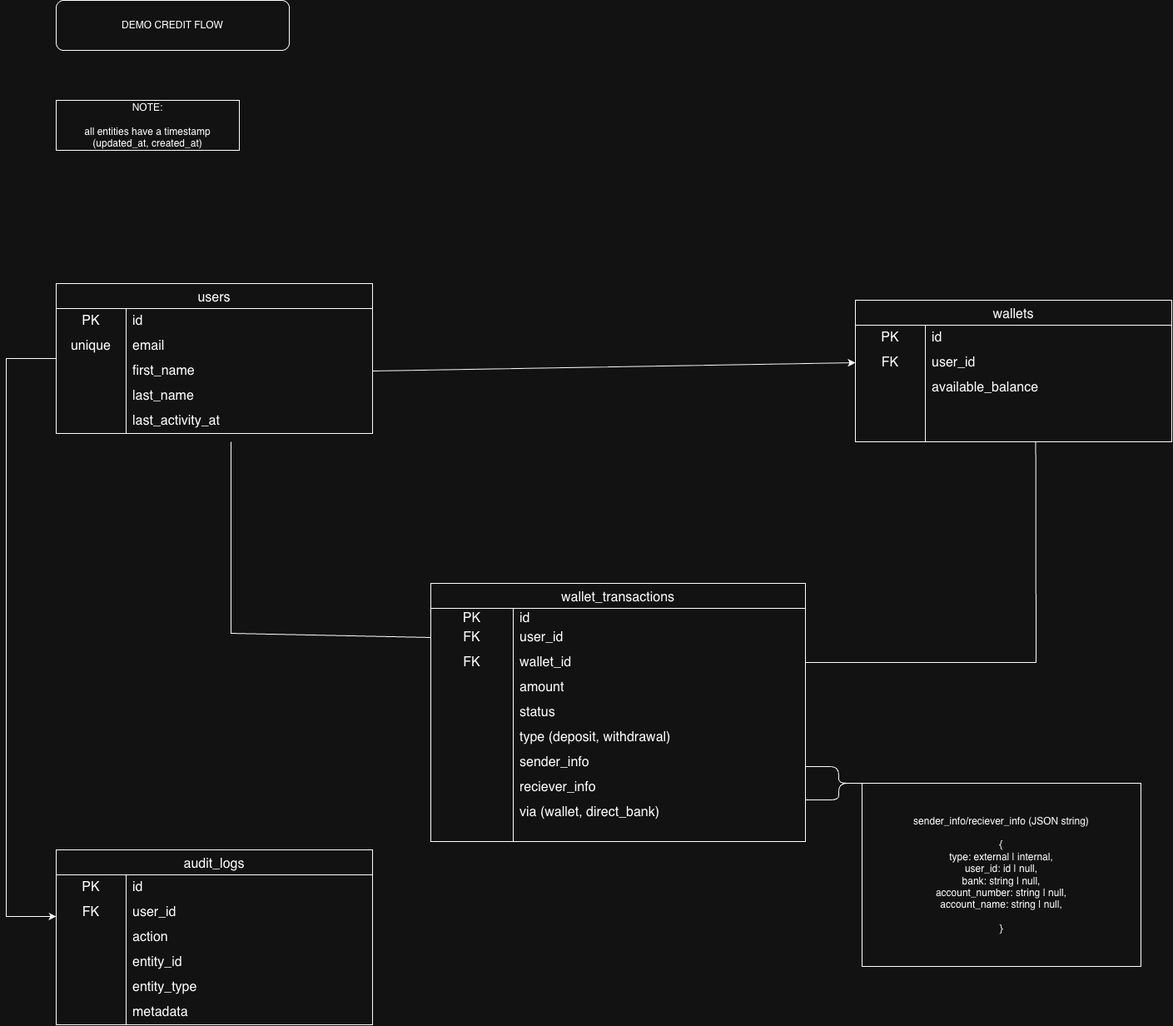
Earlier version of the draw.io export DemoCredit.drawio.png (seyicoded/lendsqr-demo-credit-backend). Source tidied: cells renumbered, new cells last; positions are measured from the earlier drawing's top-left corner, leaving out a move shared by most shapes.
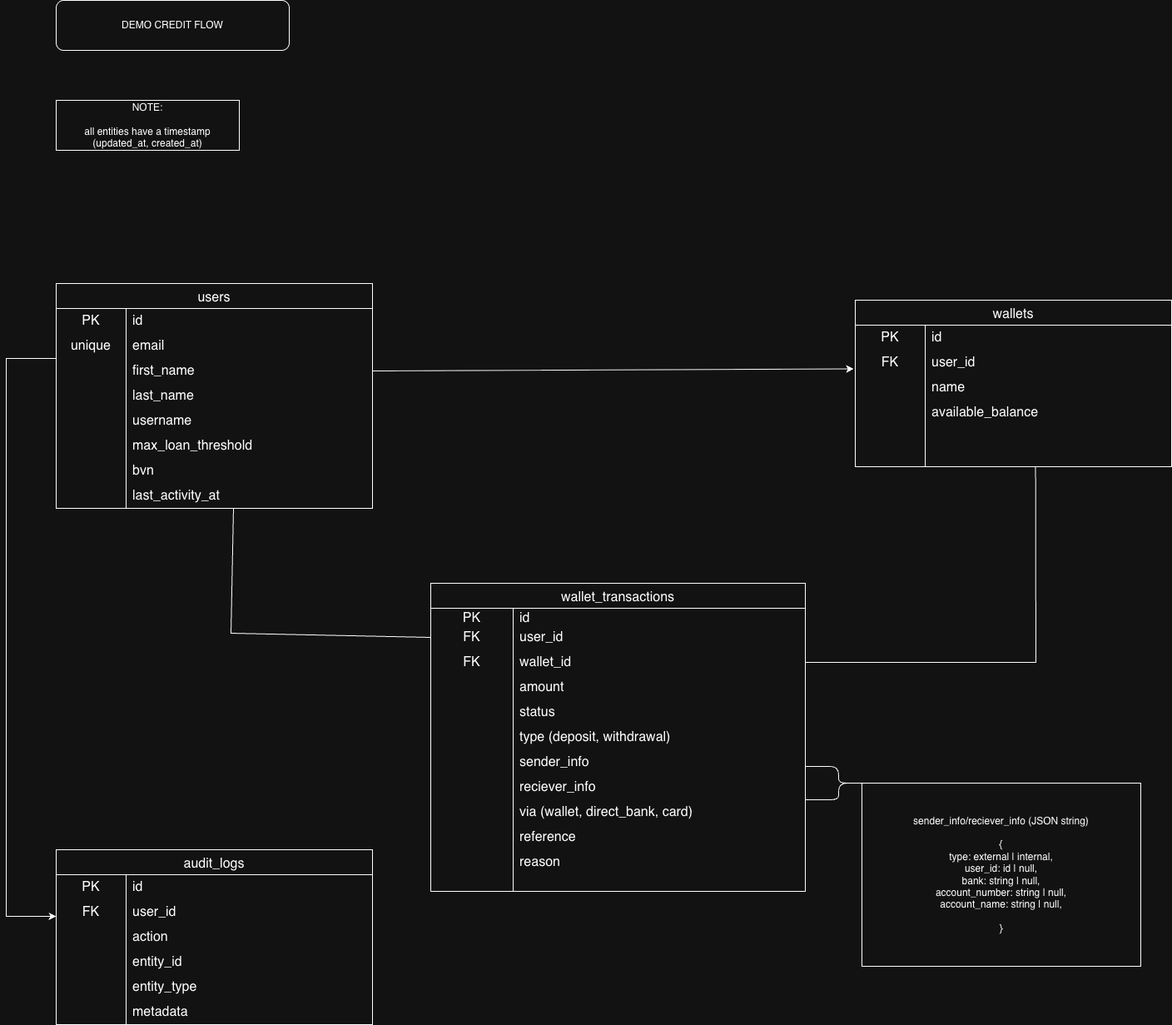
Later version of the same file.

Diff of the diagram source:
```diff
@@ -11,7 +11,7 @@
       </mxGeometry>
     </mxCell>
     <mxCell id="3" value="users" style="shape=table;startSize=30;rowLines=0;fontStyle=0;strokeColor=default;fontSize=16;" parent="1" vertex="1">
-      <mxGeometry x="60" y="340" width="380" height="180" as="geometry" />
+      <mxGeometry x="60" y="340" width="380" height="270" as="geometry" />
     </mxCell>
     <mxCell id="4" style="shape=tableRow;horizontal=0;startSize=0;swimlaneHead=0;swimlaneBody=0;top=0;left=0;bottom=0;right=0;fillColor=none;strokeColor=inherit;fontSize=16;" parent="3" vertex="1">
       <mxGeometry y="30" width="380" height="30" as="geometry" />
@@ -55,9 +55,36 @@
     <mxCell id="17" style="shape=partialRectangle;html=1;whiteSpace=wrap;fillColor=none;top=0;left=0;bottom=0;right=0;overflow=hidden;strokeColor=inherit;fontSize=16;" parent="16" vertex="1">
       <mxGeometry width="84" height="30" as="geometry" />
     </mxCell>
-    <mxCell id="18" value="last_activity_at" style="shape=partialRectangle;html=1;whiteSpace=wrap;fillColor=none;top=0;left=0;bottom=0;right=0;align=left;spacingLeft=6;overflow=hidden;strokeColor=inherit;fontSize=16;" parent="16" vertex="1">
+    <mxCell id="18" value="username" style="shape=partialRectangle;html=1;whiteSpace=wrap;fillColor=none;top=0;left=0;bottom=0;right=0;align=left;spacingLeft=6;overflow=hidden;strokeColor=inherit;fontSize=16;" parent="16" vertex="1">
       <mxGeometry x="84" width="296" height="30" as="geometry" />
     </mxCell>
+    <mxCell id="92" style="shape=tableRow;horizontal=0;startSize=0;swimlaneHead=0;swimlaneBody=0;top=0;left=0;bottom=0;right=0;fillColor=none;strokeColor=inherit;fontSize=16;" parent="3" vertex="1">
+      <mxGeometry y="180" width="380" height="30" as="geometry" />
+    </mxCell>
+    <mxCell id="93" style="shape=partialRectangle;html=1;whiteSpace=wrap;fillColor=none;top=0;left=0;bottom=0;right=0;overflow=hidden;strokeColor=inherit;fontSize=16;" parent="92" vertex="1">
+      <mxGeometry width="84" height="30" as="geometry" />
+    </mxCell>
+    <mxCell id="94" value="max_loan_threshold" style="shape=partialRectangle;html=1;whiteSpace=wrap;fillColor=none;top=0;left=0;bottom=0;right=0;align=left;spacingLeft=6;overflow=hidden;strokeColor=inherit;fontSize=16;" parent="92" vertex="1">
+      <mxGeometry x="84" width="296" height="30" as="geometry" />
+    </mxCell>
+    <mxCell id="95" style="shape=tableRow;horizontal=0;startSize=0;swimlaneHead=0;swimlaneBody=0;top=0;left=0;bottom=0;right=0;fillColor=none;strokeColor=inherit;fontSize=16;" parent="3" vertex="1">
+      <mxGeometry y="210" width="380" height="30" as="geometry" />
+    </mxCell>
+    <mxCell id="96" style="shape=partialRectangle;html=1;whiteSpace=wrap;fillColor=none;top=0;left=0;bottom=0;right=0;overflow=hidden;strokeColor=inherit;fontSize=16;" parent="95" vertex="1">
+      <mxGeometry width="84" height="30" as="geometry" />
+    </mxCell>
+    <mxCell id="97" value="bvn" style="shape=partialRectangle;html=1;whiteSpace=wrap;fillColor=none;top=0;left=0;bottom=0;right=0;align=left;spacingLeft=6;overflow=hidden;strokeColor=inherit;fontSize=16;" parent="95" vertex="1">
+      <mxGeometry x="84" width="296" height="30" as="geometry" />
+    </mxCell>
+    <mxCell id="98" style="shape=tableRow;horizontal=0;startSize=0;swimlaneHead=0;swimlaneBody=0;top=0;left=0;bottom=0;right=0;fillColor=none;strokeColor=inherit;fontSize=16;" parent="3" vertex="1">
+      <mxGeometry y="240" width="380" height="30" as="geometry" />
+    </mxCell>
+    <mxCell id="99" style="shape=partialRectangle;html=1;whiteSpace=wrap;fillColor=none;top=0;left=0;bottom=0;right=0;overflow=hidden;strokeColor=inherit;fontSize=16;" parent="98" vertex="1">
+      <mxGeometry width="84" height="30" as="geometry" />
+    </mxCell>
+    <mxCell id="100" value="last_activity_at" style="shape=partialRectangle;html=1;whiteSpace=wrap;fillColor=none;top=0;left=0;bottom=0;right=0;align=left;spacingLeft=6;overflow=hidden;strokeColor=inherit;fontSize=16;" parent="98" vertex="1">
+      <mxGeometry x="84" width="296" height="30" as="geometry" />
+    </mxCell>
     <mxCell id="19" value="DEMO CREDIT FLOW" style="rounded=1;whiteSpace=wrap;html=1;" parent="1" vertex="1">
       <mxGeometry x="60" width="280" height="60" as="geometry" />
     </mxCell>
@@ -119,7 +146,7 @@
       <mxGeometry x="84" width="296" height="30" as="geometry" />
     </mxCell>
     <mxCell id="39" value="wallets" style="shape=table;startSize=30;rowLines=0;fontStyle=0;strokeColor=default;fontSize=16;" parent="1" vertex="1">
-      <mxGeometry x="1020" y="360" width="380" height="170" as="geometry" />
+      <mxGeometry x="1020" y="360" width="380" height="200" as="geometry" />
     </mxCell>
     <mxCell id="40" style="shape=tableRow;horizontal=0;startSize=0;swimlaneHead=0;swimlaneBody=0;top=0;left=0;bottom=0;right=0;fillColor=none;strokeColor=inherit;fontSize=16;" parent="39" vertex="1">
       <mxGeometry y="30" width="380" height="30" as="geometry" />
@@ -139,8 +166,17 @@
     <mxCell id="45" value="user_id" style="shape=partialRectangle;html=1;whiteSpace=wrap;fillColor=none;top=0;left=0;bottom=0;right=0;align=left;spacingLeft=6;overflow=hidden;strokeColor=inherit;fontSize=16;" parent="43" vertex="1">
       <mxGeometry x="84" width="296" height="30" as="geometry" />
     </mxCell>
+    <mxCell id="101" style="shape=tableRow;horizontal=0;startSize=0;swimlaneHead=0;swimlaneBody=0;top=0;left=0;bottom=0;right=0;fillColor=none;strokeColor=inherit;fontSize=16;" parent="39" vertex="1">
+      <mxGeometry y="90" width="380" height="30" as="geometry" />
+    </mxCell>
+    <mxCell id="102" style="shape=partialRectangle;html=1;whiteSpace=wrap;fillColor=none;top=0;left=0;bottom=0;right=0;overflow=hidden;strokeColor=inherit;fontSize=16;" parent="101" vertex="1">
+      <mxGeometry width="84" height="30" as="geometry" />
+    </mxCell>
+    <mxCell id="103" value="name" style="shape=partialRectangle;html=1;whiteSpace=wrap;fillColor=none;top=0;left=0;bottom=0;right=0;align=left;spacingLeft=6;overflow=hidden;strokeColor=inherit;fontSize=16;" parent="101" vertex="1">
+      <mxGeometry x="84" width="296" height="30" as="geometry" />
+    </mxCell>
     <mxCell id="46" style="shape=tableRow;horizontal=0;startSize=0;swimlaneHead=0;swimlaneBody=0;top=0;left=0;bottom=0;right=0;fillColor=none;strokeColor=inherit;fontSize=16;" parent="39" vertex="1">
-      <mxGeometry y="90" width="380" height="30" as="geometry" />
+      <mxGeometry y="120" width="380" height="30" as="geometry" />
     </mxCell>
     <mxCell id="47" style="shape=partialRectangle;html=1;whiteSpace=wrap;fillColor=none;top=0;left=0;bottom=0;right=0;overflow=hidden;strokeColor=inherit;fontSize=16;" parent="46" vertex="1">
       <mxGeometry width="84" height="30" as="geometry" />
@@ -149,7 +185,7 @@
       <mxGeometry x="84" width="296" height="30" as="geometry" />
     </mxCell>
     <mxCell id="49" style="shape=tableRow;horizontal=0;startSize=0;swimlaneHead=0;swimlaneBody=0;top=0;left=0;bottom=0;right=0;fillColor=none;strokeColor=inherit;fontSize=16;" parent="39" vertex="1">
-      <mxGeometry y="120" width="380" height="30" as="geometry" />
+      <mxGeometry y="150" width="380" height="30" as="geometry" />
     </mxCell>
     <mxCell id="50" style="shape=partialRectangle;html=1;whiteSpace=wrap;fillColor=none;top=0;left=0;bottom=0;right=0;overflow=hidden;strokeColor=inherit;fontSize=16;" parent="49" vertex="1">
       <mxGeometry width="84" height="30" as="geometry" />
@@ -158,7 +194,7 @@
       <mxGeometry x="84" width="296" height="30" as="geometry" />
     </mxCell>
     <mxCell id="52" style="shape=tableRow;horizontal=0;startSize=0;swimlaneHead=0;swimlaneBody=0;top=0;left=0;bottom=0;right=0;fillColor=none;points=[[0,0.5],[1,0.5]];portConstraint=eastwest;strokeColor=inherit;fontSize=16;" parent="39" vertex="1">
-      <mxGeometry y="150" width="380" height="20" as="geometry" />
+      <mxGeometry y="180" width="380" height="20" as="geometry" />
     </mxCell>
     <mxCell id="53" style="shape=partialRectangle;html=1;whiteSpace=wrap;fillColor=none;top=0;left=0;bottom=0;right=0;overflow=hidden;strokeColor=inherit;fontSize=16;" parent="52" vertex="1">
       <mxGeometry width="84" height="20" as="geometry" />
@@ -169,11 +205,11 @@
     <mxCell id="55" value="NOTE:&lt;br&gt;&lt;br&gt;all entities have a timestamp (updated_at, created_at)" style="rounded=0;whiteSpace=wrap;html=1;" parent="1" vertex="1">
       <mxGeometry x="60" y="120" width="220" height="60" as="geometry" />
     </mxCell>
-    <mxCell id="56" style="endArrow=classic;html=1;rounded=0;exitX=1;exitY=0.5;exitDx=0;exitDy=0;entryX=0;entryY=0.5;entryDx=0;entryDy=0;" parent="1" edge="1" source="10" target="43">
+    <mxCell id="56" style="endArrow=classic;html=1;rounded=0;exitX=1;exitY=0.5;exitDx=0;exitDy=0;entryX=-0.005;entryY=0.75;entryDx=0;entryDy=0;entryPerimeter=0;" parent="1" edge="1" source="10" target="43">
       <mxGeometry relative="1" as="geometry" />
     </mxCell>
     <mxCell id="57" value="wallet_transactions" style="shape=table;startSize=30;rowLines=0;fontStyle=0;strokeColor=default;fontSize=16;" parent="1" vertex="1">
-      <mxGeometry x="510" y="700" width="450" height="310" as="geometry" />
+      <mxGeometry x="510" y="700" width="450" height="370" as="geometry" />
     </mxCell>
     <mxCell id="58" style="shape=tableRow;horizontal=0;startSize=0;swimlaneHead=0;swimlaneBody=0;top=0;left=0;bottom=0;right=0;fillColor=none;strokeColor=inherit;fontSize=16;" parent="57" vertex="1">
       <mxGeometry y="30" width="450" height="20" as="geometry" />
@@ -247,17 +283,35 @@
     <mxCell id="81" value="reciever_info" style="shape=partialRectangle;html=1;whiteSpace=wrap;fillColor=none;top=0;left=0;bottom=0;right=0;align=left;spacingLeft=6;overflow=hidden;strokeColor=inherit;fontSize=16;" parent="79" vertex="1">
       <mxGeometry x="99" width="351" height="30" as="geometry" />
     </mxCell>
+    <mxCell id="104" style="shape=tableRow;horizontal=0;startSize=0;swimlaneHead=0;swimlaneBody=0;top=0;left=0;bottom=0;right=0;fillColor=none;strokeColor=inherit;fontSize=16;" parent="57" vertex="1">
+      <mxGeometry y="260" width="450" height="30" as="geometry" />
+    </mxCell>
+    <mxCell id="105" style="shape=partialRectangle;html=1;whiteSpace=wrap;fillColor=none;top=0;left=0;bottom=0;right=0;overflow=hidden;strokeColor=inherit;fontSize=16;" parent="104" vertex="1">
+      <mxGeometry width="99" height="30" as="geometry" />
+    </mxCell>
+    <mxCell id="106" value="via (wallet, direct_bank, card)" style="shape=partialRectangle;html=1;whiteSpace=wrap;fillColor=none;top=0;left=0;bottom=0;right=0;align=left;spacingLeft=6;overflow=hidden;strokeColor=inherit;fontSize=16;" parent="104" vertex="1">
+      <mxGeometry x="99" width="351" height="30" as="geometry" />
+    </mxCell>
+    <mxCell id="107" style="shape=tableRow;horizontal=0;startSize=0;swimlaneHead=0;swimlaneBody=0;top=0;left=0;bottom=0;right=0;fillColor=none;strokeColor=inherit;fontSize=16;" parent="57" vertex="1">
+      <mxGeometry y="290" width="450" height="30" as="geometry" />
+    </mxCell>
+    <mxCell id="108" style="shape=partialRectangle;html=1;whiteSpace=wrap;fillColor=none;top=0;left=0;bottom=0;right=0;overflow=hidden;strokeColor=inherit;fontSize=16;" parent="107" vertex="1">
+      <mxGeometry width="99" height="30" as="geometry" />
+    </mxCell>
+    <mxCell id="109" value="reference" style="shape=partialRectangle;html=1;whiteSpace=wrap;fillColor=none;top=0;left=0;bottom=0;right=0;align=left;spacingLeft=6;overflow=hidden;strokeColor=inherit;fontSize=16;" parent="107" vertex="1">
+      <mxGeometry x="99" width="351" height="30" as="geometry" />
+    </mxCell>
     <mxCell id="82" style="shape=tableRow;horizontal=0;startSize=0;swimlaneHead=0;swimlaneBody=0;top=0;left=0;bottom=0;right=0;fillColor=none;strokeColor=inherit;fontSize=16;" parent="57" vertex="1">
-      <mxGeometry y="260" width="450" height="30" as="geometry" />
+      <mxGeometry y="320" width="450" height="30" as="geometry" />
     </mxCell>
     <mxCell id="83" style="shape=partialRectangle;html=1;whiteSpace=wrap;fillColor=none;top=0;left=0;bottom=0;right=0;overflow=hidden;strokeColor=inherit;fontSize=16;" parent="82" vertex="1">
       <mxGeometry width="99" height="30" as="geometry" />
     </mxCell>
-    <mxCell id="84" value="via (wallet, direct_bank)" style="shape=partialRectangle;html=1;whiteSpace=wrap;fillColor=none;top=0;left=0;bottom=0;right=0;align=left;spacingLeft=6;overflow=hidden;strokeColor=inherit;fontSize=16;" parent="82" vertex="1">
+    <mxCell id="84" value="reason" style="shape=partialRectangle;html=1;whiteSpace=wrap;fillColor=none;top=0;left=0;bottom=0;right=0;align=left;spacingLeft=6;overflow=hidden;strokeColor=inherit;fontSize=16;" parent="82" vertex="1">
       <mxGeometry x="99" width="351" height="30" as="geometry" />
     </mxCell>
     <mxCell id="85" style="shape=tableRow;horizontal=0;startSize=0;swimlaneHead=0;swimlaneBody=0;top=0;left=0;bottom=0;right=0;fillColor=none;strokeColor=inherit;fontSize=16;" parent="57" vertex="1">
-      <mxGeometry y="290" width="450" height="20" as="geometry" />
+      <mxGeometry y="350" width="450" height="20" as="geometry" />
     </mxCell>
     <mxCell id="86" style="shape=partialRectangle;html=1;whiteSpace=wrap;fillColor=none;top=0;left=0;bottom=0;right=0;overflow=hidden;strokeColor=inherit;fontSize=16;" parent="85" vertex="1">
       <mxGeometry width="99" height="20" as="geometry" />
@@ -267,7 +321,7 @@
     </mxCell>
     <mxCell id="88" style="endArrow=none;html=1;rounded=0;entryX=0;entryY=0.5;entryDx=0;entryDy=0;" parent="1" edge="1" target="61">
       <mxGeometry relative="1" as="geometry">
-        <mxPoint x="270" y="530" as="sourcePoint" />
+        <mxPoint x="273" y="610" as="sourcePoint" />
         <Array as="points">
           <mxPoint x="270" y="760" />
         </Array>
```
